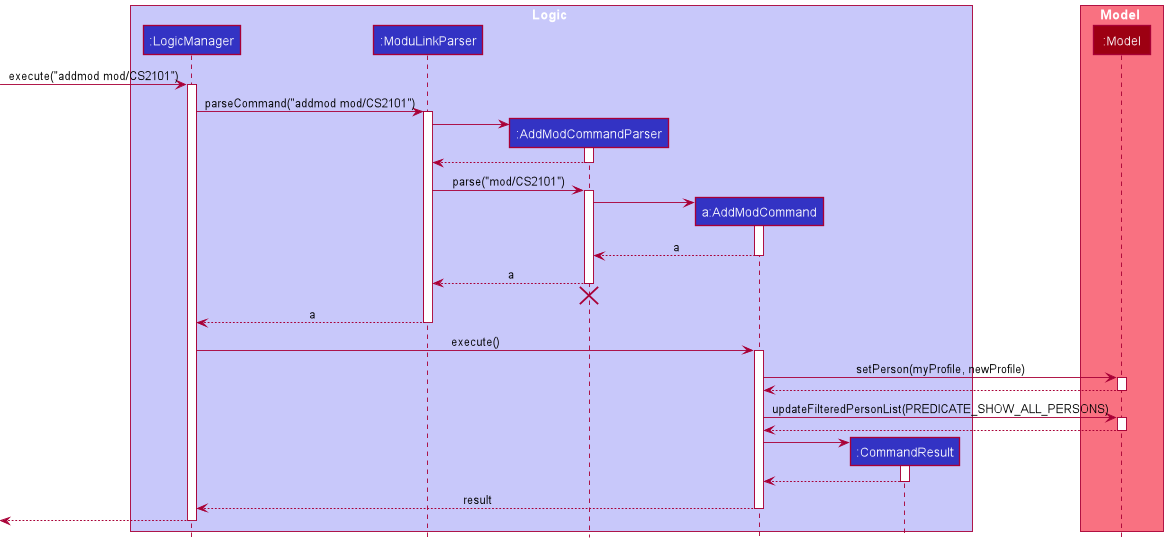
The PlantUML diagram docs/images/AddModSequenceDiagram.png in nus-cs2103-AY2122S1/tp, before a commit.
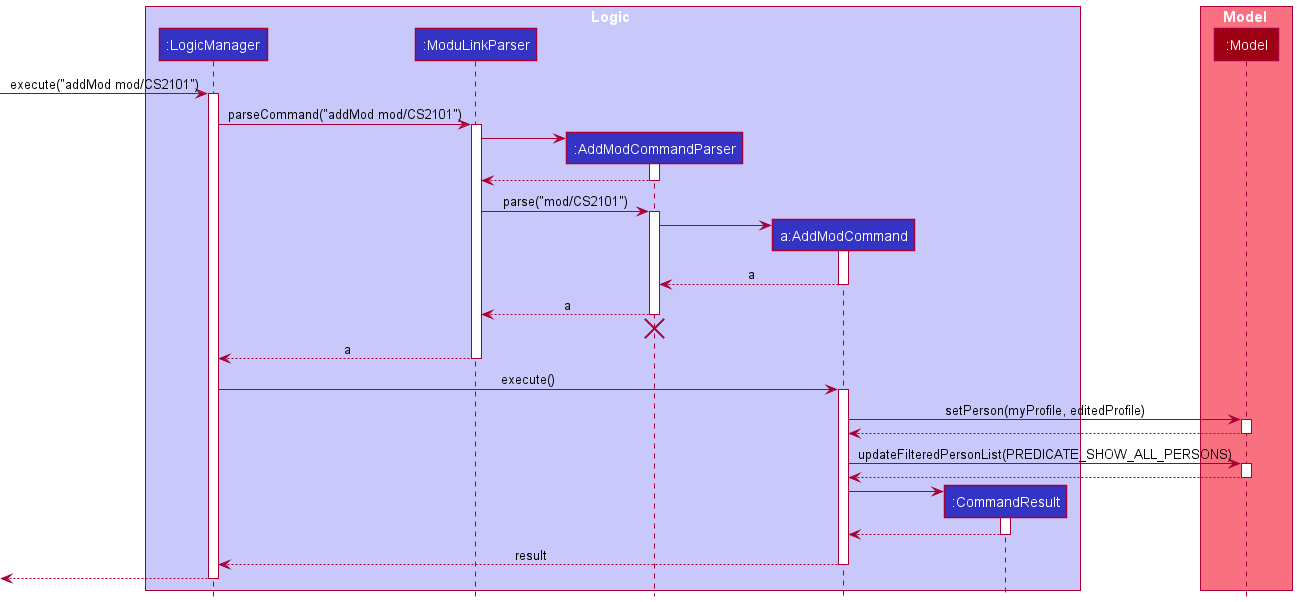
Later version of the same file.

What changed in the source:
```diff
@@ -13,10 +13,10 @@
 participant ":Model" as Model MODEL_COLOR
 end box
 
-[-> LogicManager : execute("addmod mod/CS2101")
+[-> LogicManager : execute("addMod mod/CS2101")
 activate LogicManager
 
-LogicManager -> ModuLinkParser : parseCommand("addmod mod/CS2101")
+LogicManager -> ModuLinkParser : parseCommand("addMod mod/CS2101")
 activate ModuLinkParser
 
 create AddModCommandParser
@@ -47,7 +47,7 @@
 LogicManager -> AddModCommand : execute()
 activate AddModCommand
 
-AddModCommand -> Model : setPerson(myProfile, newProfile)
+AddModCommand -> Model : setPerson(myProfile, editedProfile)
 activate Model
 
 Model --> AddModCommand
```
